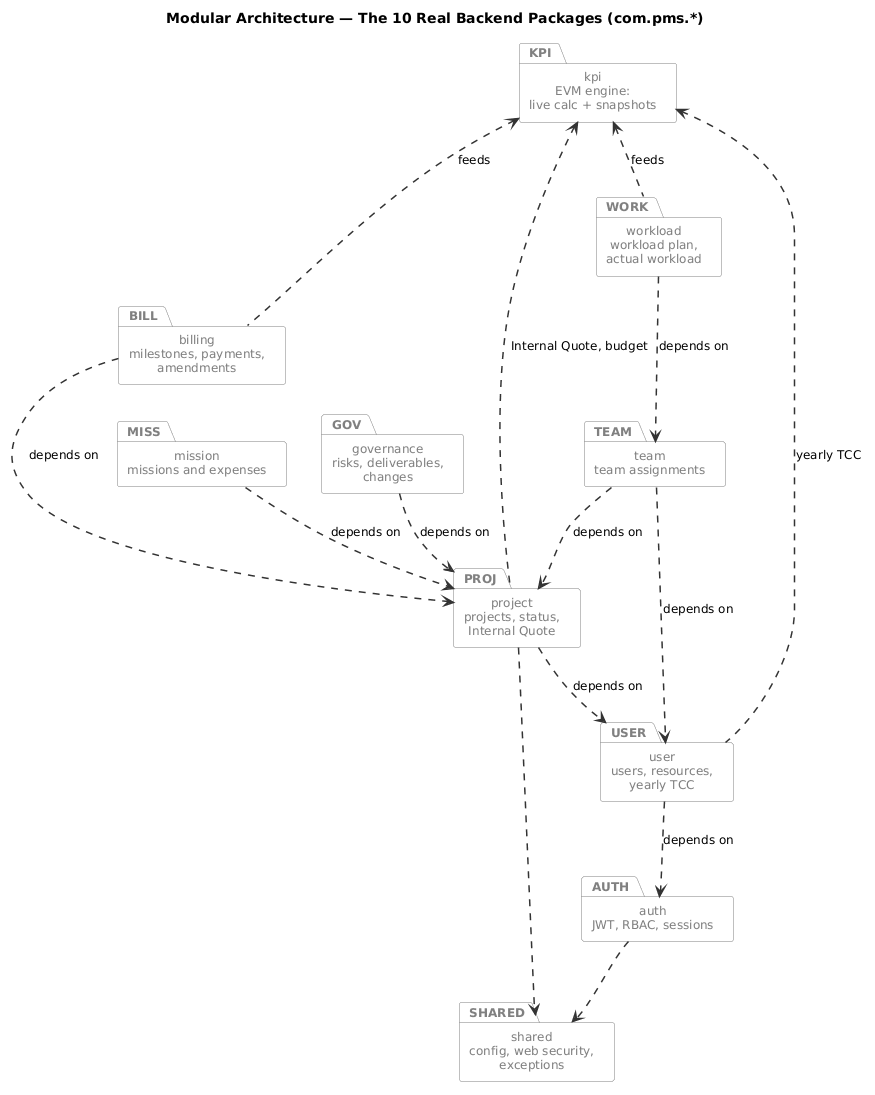
Before: report/Rapport PFE TEKUP LATEX/img/package_diagram.png, a diagram exported from PlantUML (mazenrakrouki/tekup-pms-platform).
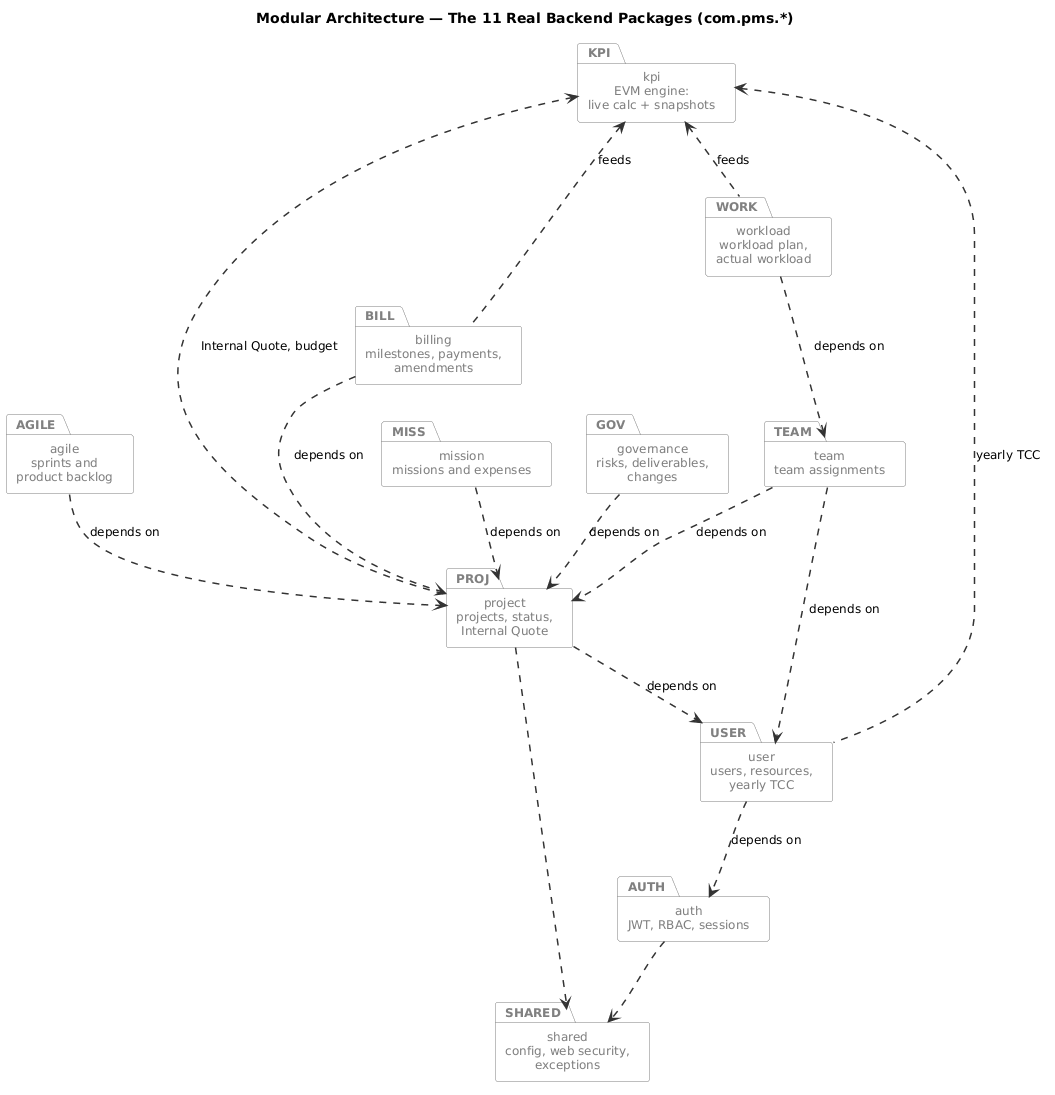
After the change.

Commit message:
Apply the domain-level principle to the remaining diagrams

What changed in the source:
```diff
@@ -1,5 +1,5 @@
 @startuml package_diagram
-title Modular Architecture — The 10 Real Backend Packages (com.pms.*)
+title Modular Architecture — The 11 Real Backend Packages (com.pms.*)
 
 skinparam shadowing false
 skinparam packageStyle rectangle
@@ -20,6 +20,7 @@
 package "billing\nmilestones, payments,\namendments"    as BILL
 package "mission\nmissions and expenses"                as MISS
 package "governance\nrisks, deliverables,\nchanges"     as GOV
+package "agile\nsprints and\nproduct backlog"          as AGILE
 package "kpi\nEVM engine:\nlive calc + snapshots"       as KPI
 package "shared\nconfig, web security,\nexceptions"     as SHARED
 
@@ -31,6 +32,7 @@
 BILL ..> PROJ : depends on
 MISS ..> PROJ : depends on
 GOV  ..> PROJ : depends on
+AGILE ..> PROJ : depends on
 
 KPI <.. WORK : feeds
 KPI <.. BILL : feeds
```
